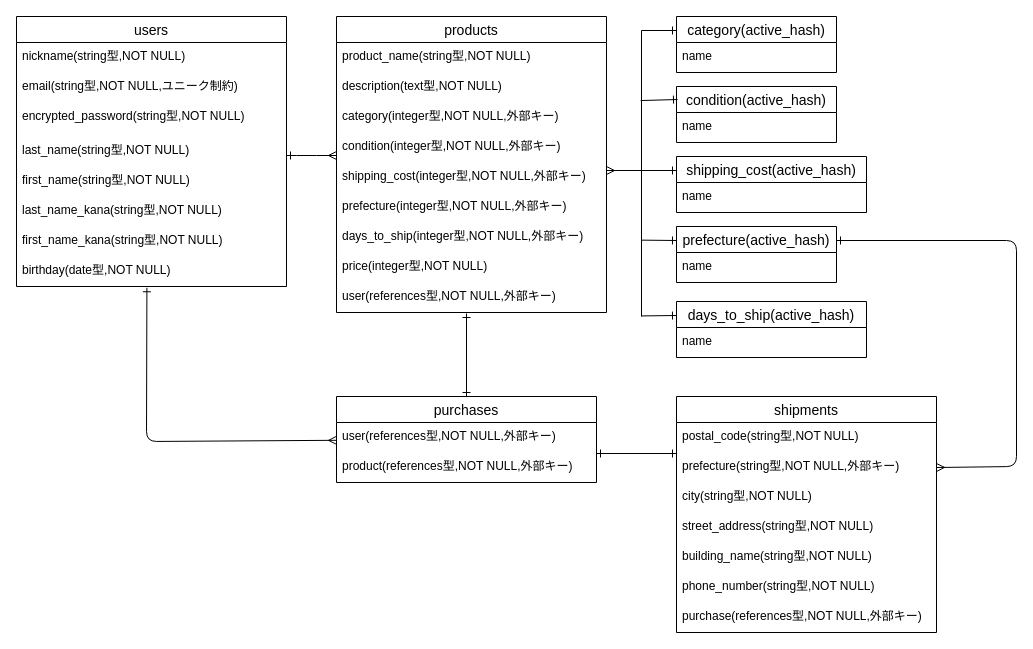
This is furima.dio from hisamaco/furima-40132, a draw.io file, before an edit. Source tidied: cells renumbered, new cells numbered last; positions are measured from the earlier drawing's top-left corner, leaving out a move shared by most shapes. Both pictures are drawn from the tidied source at 100%, with x=0, y=0 at pixel (16, 16).
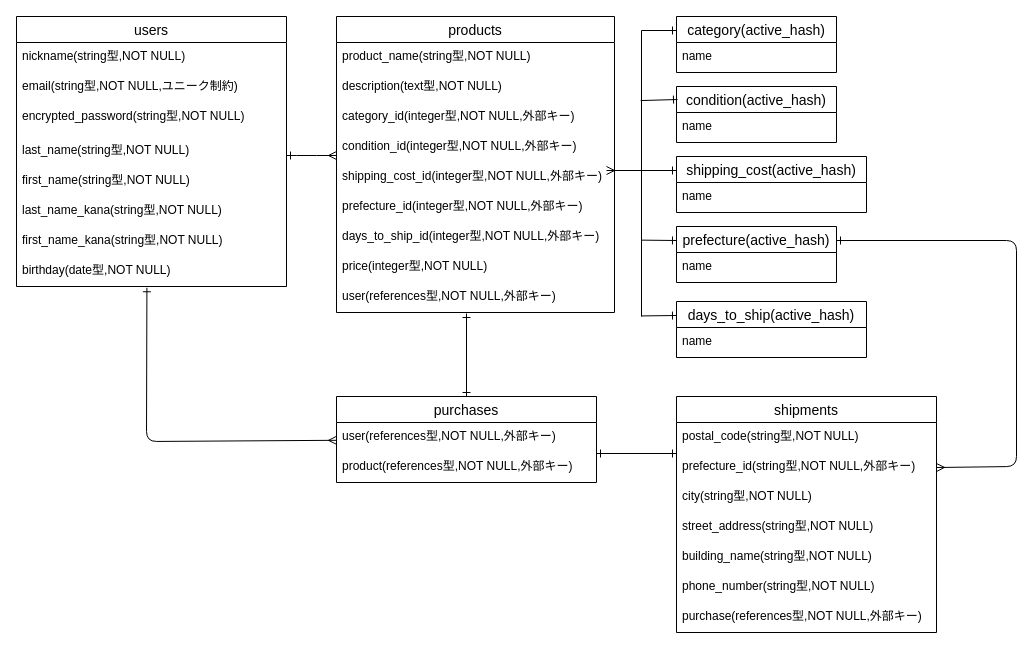
After the change.

The change refers to these unchanged cells:
```xml
<mxCell id="26" value="shipments" style="swimlane;fontStyle=0;horizontal=1;startSize=26;align=center;fontSize=14;" parent="1" vertex="1">
  <mxGeometry x="660" y="380" width="260" height="236" as="geometry" />
</mxCell>
```

Diff of the diagram source:
```diff
@@
     <mxCell id="12" value="products" style="swimlane;fontStyle=0;horizontal=1;startSize=26;align=center;fontSize=14;" parent="1" vertex="1">
-      <mxGeometry x="320" width="270" height="296" as="geometry" />
+      <mxGeometry x="320" width="278" height="296" as="geometry" />
     </mxCell>
     <mxCell id="13" value="product_name(string型,NOT NULL)" style="text;strokeColor=none;fillColor=none;spacingLeft=4;spacingRight=4;overflow=hidden;fontSize=12;" parent="12" vertex="1">
-      <mxGeometry y="26" width="270" height="30" as="geometry" />
+      <mxGeometry y="26" width="278" height="30" as="geometry" />
     </mxCell>
     <mxCell id="14" value="description(text型,NOT NULL)" style="text;strokeColor=none;fillColor=none;spacingLeft=4;spacingRight=4;overflow=hidden;fontSize=12;" parent="12" vertex="1">
-      <mxGeometry y="56" width="270" height="30" as="geometry" />
+      <mxGeometry y="56" width="278" height="30" as="geometry" />
     </mxCell>
-    <mxCell id="15" value="category(integer型,NOT NULL,外部キー)" style="text;strokeColor=none;fillColor=none;spacingLeft=4;spacingRight=4;overflow=hidden;fontSize=12;" parent="12" vertex="1">
-      <mxGeometry y="86" width="270" height="30" as="geometry" />
+    <mxCell id="15" value="category_id(integer型,NOT NULL,外部キー)" style="text;strokeColor=none;fillColor=none;spacingLeft=4;spacingRight=4;overflow=hidden;fontSize=12;" parent="12" vertex="1">
+      <mxGeometry y="86" width="278" height="30" as="geometry" />
     </mxCell>
-    <mxCell id="16" value="condition(integer型,NOT NULL,外部キー)" style="text;strokeColor=none;fillColor=none;spacingLeft=4;spacingRight=4;overflow=hidden;fontSize=12;" parent="12" vertex="1">
-      <mxGeometry y="116" width="270" height="30" as="geometry" />
+    <mxCell id="16" value="condition_id(integer型,NOT NULL,外部キー)" style="text;strokeColor=none;fillColor=none;spacingLeft=4;spacingRight=4;overflow=hidden;fontSize=12;" parent="12" vertex="1">
+      <mxGeometry y="116" width="278" height="30" as="geometry" />
     </mxCell>
-    <mxCell id="17" value="shipping_cost(integer型,NOT NULL,外部キー)" style="text;strokeColor=none;fillColor=none;spacingLeft=4;spacingRight=4;overflow=hidden;fontSize=12;" parent="12" vertex="1">
-      <mxGeometry y="146" width="270" height="30" as="geometry" />
+    <mxCell id="17" value="shipping_cost_id(integer型,NOT NULL,外部キー)" style="text;strokeColor=none;fillColor=none;spacingLeft=4;spacingRight=4;overflow=hidden;fontSize=12;" parent="12" vertex="1">
+      <mxGeometry y="146" width="278" height="30" as="geometry" />
     </mxCell>
-    <mxCell id="18" value="prefecture(integer型,NOT NULL,外部キー)" style="text;strokeColor=none;fillColor=none;spacingLeft=4;spacingRight=4;overflow=hidden;fontSize=12;" parent="12" vertex="1">
-      <mxGeometry y="176" width="270" height="30" as="geometry" />
+    <mxCell id="18" value="prefecture_id(integer型,NOT NULL,外部キー)" style="text;strokeColor=none;fillColor=none;spacingLeft=4;spacingRight=4;overflow=hidden;fontSize=12;" parent="12" vertex="1">
+      <mxGeometry y="176" width="278" height="30" as="geometry" />
     </mxCell>
-    <mxCell id="19" value="days_to_ship(integer型,NOT NULL,外部キー)" style="text;strokeColor=none;fillColor=none;spacingLeft=4;spacingRight=4;overflow=hidden;fontSize=12;" parent="12" vertex="1">
-      <mxGeometry y="206" width="270" height="30" as="geometry" />
+    <mxCell id="19" value="days_to_ship_id(integer型,NOT NULL,外部キー)" style="text;strokeColor=none;fillColor=none;spacingLeft=4;spacingRight=4;overflow=hidden;fontSize=12;" parent="12" vertex="1">
+      <mxGeometry y="206" width="278" height="30" as="geometry" />
     </mxCell>
     <mxCell id="20" value="price(integer型,NOT NULL)" style="text;strokeColor=none;fillColor=none;spacingLeft=4;spacingRight=4;overflow=hidden;fontSize=12;" parent="12" vertex="1">
-      <mxGeometry y="236" width="270" height="30" as="geometry" />
+      <mxGeometry y="236" width="278" height="30" as="geometry" />
     </mxCell>
     <mxCell id="21" value="user(references型,NOT NULL,外部キー)" style="text;strokeColor=none;fillColor=none;spacingLeft=4;spacingRight=4;overflow=hidden;fontSize=12;" parent="12" vertex="1">
-      <mxGeometry y="266" width="270" height="30" as="geometry" />
+      <mxGeometry y="266" width="278" height="30" as="geometry" />
     </mxCell>
@@
-    <mxCell id="28" value="prefecture(string型,NOT NULL,外部キー)" style="text;strokeColor=none;fillColor=none;spacingLeft=4;spacingRight=4;overflow=hidden;points=[[0,0.5],[1,0.5]];portConstraint=eastwest;fontSize=12;" parent="26" vertex="1">
+    <mxCell id="28" value="prefecture_id(string型,NOT NULL,外部キー)" style="text;strokeColor=none;fillColor=none;spacingLeft=4;spacingRight=4;overflow=hidden;points=[[0,0.5],[1,0.5]];portConstraint=eastwest;fontSize=12;" parent="26" vertex="1">
       <mxGeometry y="56" width="260" height="30" as="geometry" />
     </mxCell>
```
